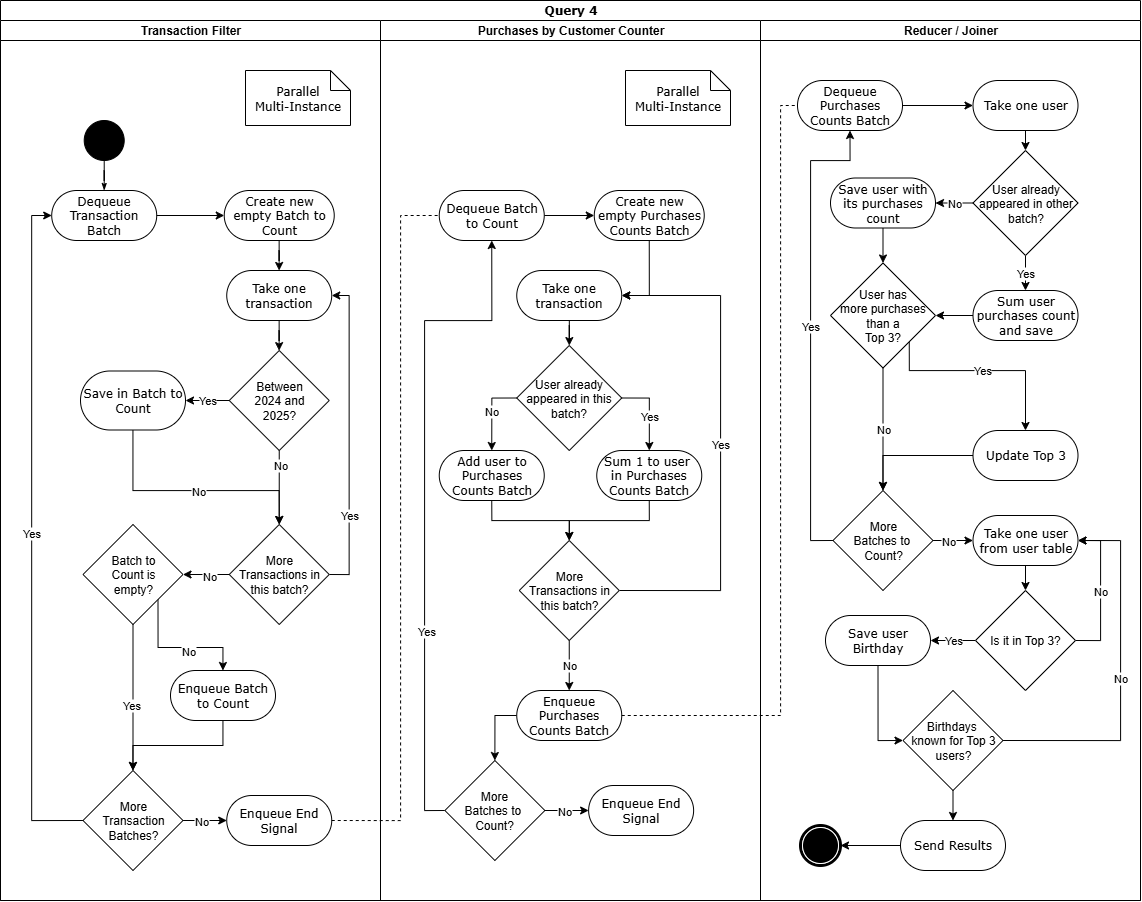
patricioibar/distribuidos-tp keeps this draw.io diagram as informe/imagenes/vistas/actividad.png. Above is the earlier version. Source tidied: cells renumbered, new cells last; positions are measured from the earlier drawing's top-left corner, leaving out a move shared by most shapes.
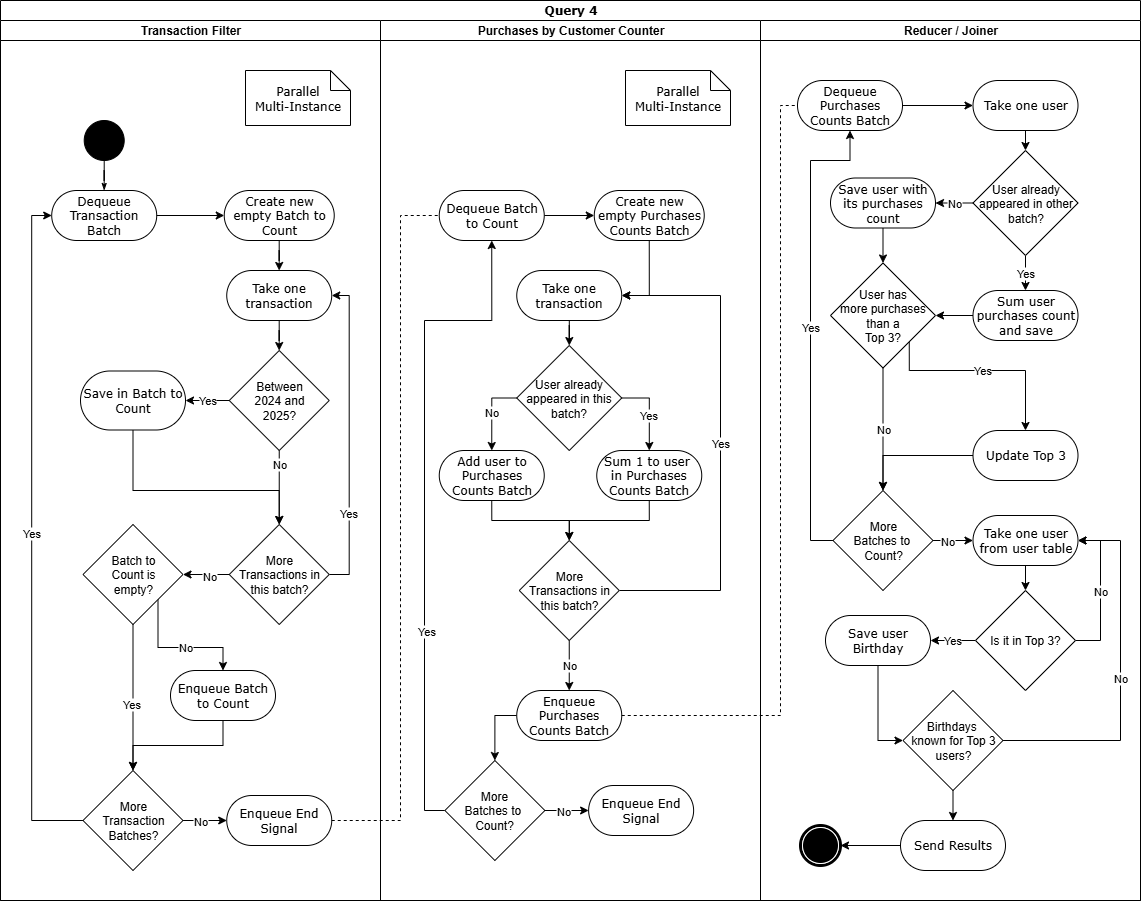
After the commit.

What changed in the source:
```diff
@@ -52,9 +52,6 @@
         </Array>
       </mxGeometry>
     </mxCell>
-    <mxCell id="15" value="No" style="edgeLabel;html=1;align=center;verticalAlign=middle;" parent="14" vertex="1">
-      <mxGeometry x="0.04" relative="1" as="geometry" />
-    </mxCell>
     <mxCell id="16" value="Save in Batch to Count" style="rounded=1;whiteSpace=wrap;html=1;shadow=0;comic=0;labelBackgroundColor=none;strokeWidth=1;fontFamily=Verdana;fontSize=12;align=center;arcSize=50;" parent="3" vertex="1">
       <mxGeometry x="80" y="350.5" width="105" height="59" as="geometry" />
     </mxCell>
```
